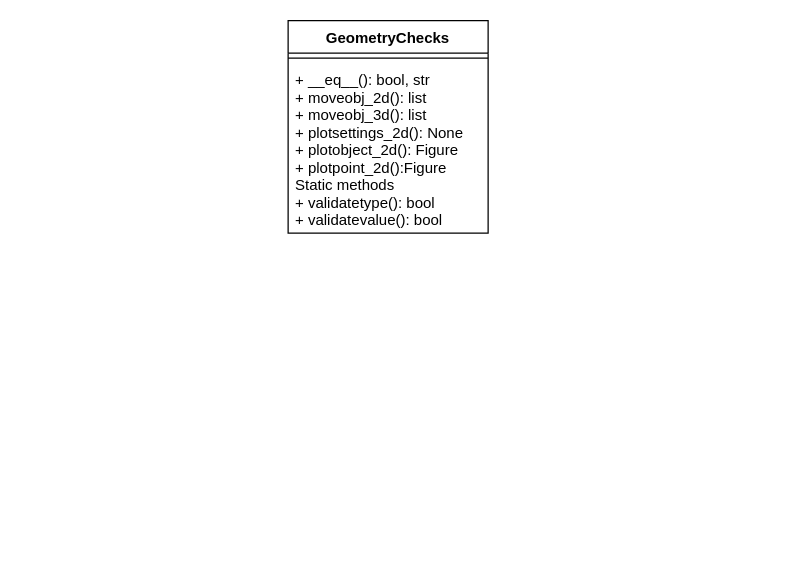
Earlier version of the draw.io diagram Labs/lab3/geometryUML.drawio (jwiegert/python-programming-joachim-wiegert). Source tidied: cells renumbered, new cells numbered last; positions are measured from the earlier drawing's top-left corner, leaving out a move shared by most shapes. Both pictures are drawn from the tidied source at 125%, with x=0, y=0 at pixel (288, 20).
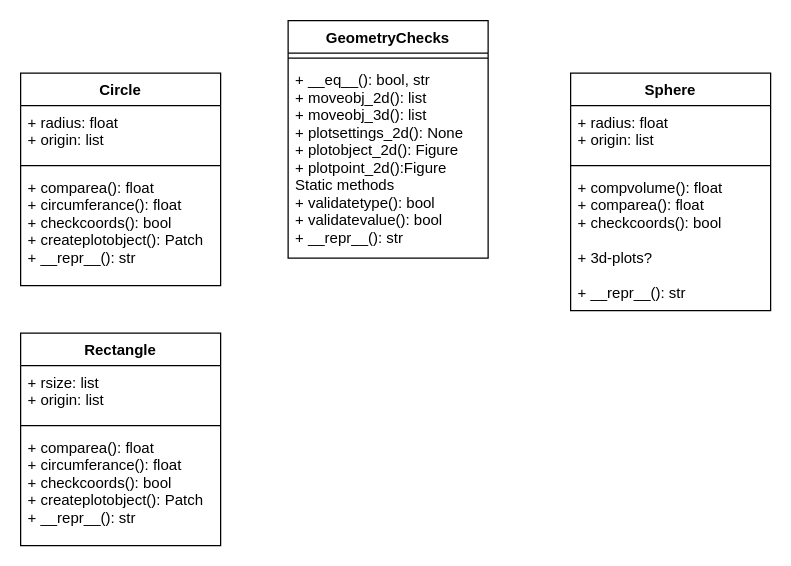
The same diagram, later.

Commit message:
added circle, rectangle, sphere

Change to the diagram source:
```diff
@@
 <mxGraphModel>
   <root>
     <mxCell id="0" />
     <mxCell id="1" parent="0" />
     <mxCell id="2" value="GeometryChecks" style="swimlane;fontStyle=1;align=center;verticalAlign=top;horizontal=1;startSize=26;hachureGap=4;" parent="1" vertex="1">
-      <mxGeometry width="160" height="170" as="geometry" />
+      <mxGeometry width="160" height="190" as="geometry" />
     </mxCell>
     <mxCell id="3" style="line;strokeWidth=1;fillColor=none;align=left;verticalAlign=middle;spacingTop=-1;spacingLeft=3;spacingRight=3;labelPosition=right;" parent="2" vertex="1">
       <mxGeometry y="26" width="160" height="8" as="geometry" />
     </mxCell>
-    <mxCell id="4" value="+ __eq__(): bool, str&#10;+ moveobj_2d(): list&#10;+ moveobj_3d(): list&#10;+ plotsettings_2d(): None&#10;+ plotobject_2d(): Figure&#10;+ plotpoint_2d():Figure&#10;Static methods&#10;+ validatetype(): bool&#10;+ validatevalue(): bool" style="text;strokeColor=none;fillColor=none;align=left;verticalAlign=top;spacingLeft=4;spacingRight=4;overflow=hidden;" parent="2" vertex="1">
-      <mxGeometry y="34" width="160" height="136" as="geometry" />
+    <mxCell id="4" value="+ __eq__(): bool, str&#10;+ moveobj_2d(): list&#10;+ moveobj_3d(): list&#10;+ plotsettings_2d(): None&#10;+ plotobject_2d(): Figure&#10;+ plotpoint_2d():Figure&#10;Static methods&#10;+ validatetype(): bool&#10;+ validatevalue(): bool&#10;+ __repr__(): str" style="text;strokeColor=none;fillColor=none;align=left;verticalAlign=top;spacingLeft=4;spacingRight=4;overflow=hidden;" parent="2" vertex="1">
+      <mxGeometry y="34" width="160" height="156" as="geometry" />
     </mxCell>
+    <mxCell id="5" value="Circle" style="swimlane;fontStyle=1;align=center;verticalAlign=top;horizontal=1;startSize=26;hachureGap=4;" parent="1" vertex="1">
+      <mxGeometry x="-214" y="42" width="160" height="170" as="geometry" />
+    </mxCell>
+    <mxCell id="6" value="+ radius: float&#10;+ origin: list" style="text;strokeColor=none;fillColor=none;align=left;verticalAlign=top;spacingLeft=4;spacingRight=4;overflow=hidden;" parent="5" vertex="1">
+      <mxGeometry y="26" width="160" height="44" as="geometry" />
+    </mxCell>
+    <mxCell id="7" style="line;strokeWidth=1;fillColor=none;align=left;verticalAlign=middle;spacingTop=-1;spacingLeft=3;spacingRight=3;labelPosition=right;" parent="5" vertex="1">
+      <mxGeometry y="70" width="160" height="8" as="geometry" />
+    </mxCell>
+    <mxCell id="8" value="+ comparea(): float&#10;+ circumferance(): float&#10;+ checkcoords(): bool&#10;+ createplotobject(): Patch&#10;+ __repr__(): str" style="text;strokeColor=none;fillColor=none;align=left;verticalAlign=top;spacingLeft=4;spacingRight=4;overflow=hidden;" parent="5" vertex="1">
+      <mxGeometry y="78" width="160" height="92" as="geometry" />
+    </mxCell>
+    <mxCell id="9" value="Rectangle" style="swimlane;fontStyle=1;align=center;verticalAlign=top;horizontal=1;startSize=26;hachureGap=4;" parent="1" vertex="1">
+      <mxGeometry x="-214" y="250" width="160" height="170" as="geometry" />
+    </mxCell>
+    <mxCell id="10" value="+ rsize: list&#10;+ origin: list" style="text;strokeColor=none;fillColor=none;align=left;verticalAlign=top;spacingLeft=4;spacingRight=4;overflow=hidden;" parent="9" vertex="1">
+      <mxGeometry y="26" width="160" height="44" as="geometry" />
+    </mxCell>
+    <mxCell id="11" style="line;strokeWidth=1;fillColor=none;align=left;verticalAlign=middle;spacingTop=-1;spacingLeft=3;spacingRight=3;labelPosition=right;" parent="9" vertex="1">
+      <mxGeometry y="70" width="160" height="8" as="geometry" />
+    </mxCell>
+    <mxCell id="12" value="+ comparea(): float&#10;+ circumferance(): float&#10;+ checkcoords(): bool&#10;+ createplotobject(): Patch&#10;+ __repr__(): str" style="text;strokeColor=none;fillColor=none;align=left;verticalAlign=top;spacingLeft=4;spacingRight=4;overflow=hidden;" parent="9" vertex="1">
+      <mxGeometry y="78" width="160" height="92" as="geometry" />
+    </mxCell>
+    <mxCell id="13" value="Sphere" style="swimlane;fontStyle=1;align=center;verticalAlign=top;horizontal=1;startSize=26;hachureGap=4;" parent="1" vertex="1">
+      <mxGeometry x="226" y="42" width="160" height="190" as="geometry" />
+    </mxCell>
+    <mxCell id="14" value="+ radius: float&#10;+ origin: list" style="text;strokeColor=none;fillColor=none;align=left;verticalAlign=top;spacingLeft=4;spacingRight=4;overflow=hidden;" parent="13" vertex="1">
+      <mxGeometry y="26" width="160" height="44" as="geometry" />
+    </mxCell>
+    <mxCell id="15" style="line;strokeWidth=1;fillColor=none;align=left;verticalAlign=middle;spacingTop=-1;spacingLeft=3;spacingRight=3;labelPosition=right;" parent="13" vertex="1">
+      <mxGeometry y="70" width="160" height="8" as="geometry" />
+    </mxCell>
+    <mxCell id="16" value="+ compvolume(): float&#10;+ comparea(): float&#10;+ checkcoords(): bool&#10;&#10;+ 3d-plots?&#10;&#10;+ __repr__(): str" style="text;strokeColor=none;fillColor=none;align=left;verticalAlign=top;spacingLeft=4;spacingRight=4;overflow=hidden;" parent="13" vertex="1">
+      <mxGeometry y="78" width="160" height="112" as="geometry" />
+    </mxCell>
   </root>
 </mxGraphModel>
```
